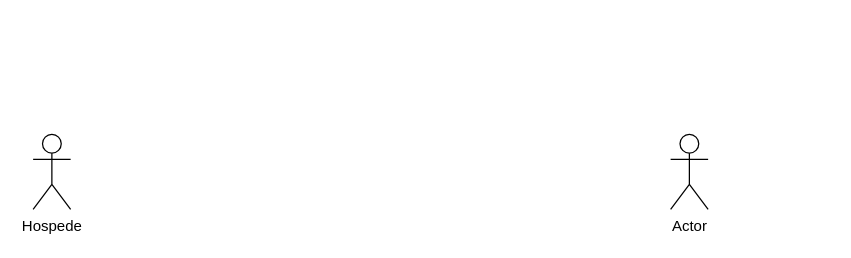
The draw.io diagram Controle De Hotelaria.drawio in ArcanjoDaGuarda/AnjoProjetos, before the edit. Source tidied: cells renumbered, new cells numbered last; positions are measured from the earlier drawing's top-left corner, leaving out a move shared by most shapes. Both pictures are drawn from the tidied source at 125%, with x=0, y=0 at pixel (32, 134).
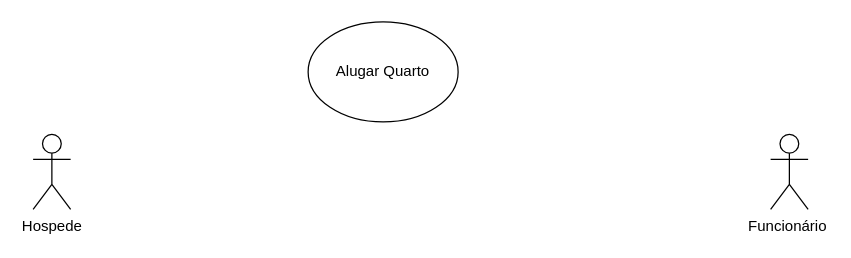
The same diagram, later.

Diff of the diagram source:
```diff
@@
 <mxGraphModel>
   <root>
     <mxCell id="0" />
     <mxCell id="1" parent="0" />
     <mxCell id="2" value="Hospede" style="shape=umlActor;verticalLabelPosition=bottom;verticalAlign=top;html=1;" parent="1" vertex="1">
       <mxGeometry width="30" height="60" as="geometry" />
     </mxCell>
-    <mxCell id="3" value="Actor" style="shape=umlActor;verticalLabelPosition=bottom;verticalAlign=top;html=1;" parent="1" vertex="1">
-      <mxGeometry x="510" width="30" height="60" as="geometry" />
+    <mxCell id="3" value="Funcionário&amp;nbsp;" style="shape=umlActor;verticalLabelPosition=bottom;verticalAlign=top;html=1;" parent="1" vertex="1">
+      <mxGeometry x="590" width="30" height="60" as="geometry" />
     </mxCell>
+    <mxCell id="4" value="Alugar Quarto" style="ellipse;whiteSpace=wrap;html=1;" parent="1" vertex="1">
+      <mxGeometry x="220" y="-90" width="120" height="80" as="geometry" />
+    </mxCell>
   </root>
 </mxGraphModel>
```
